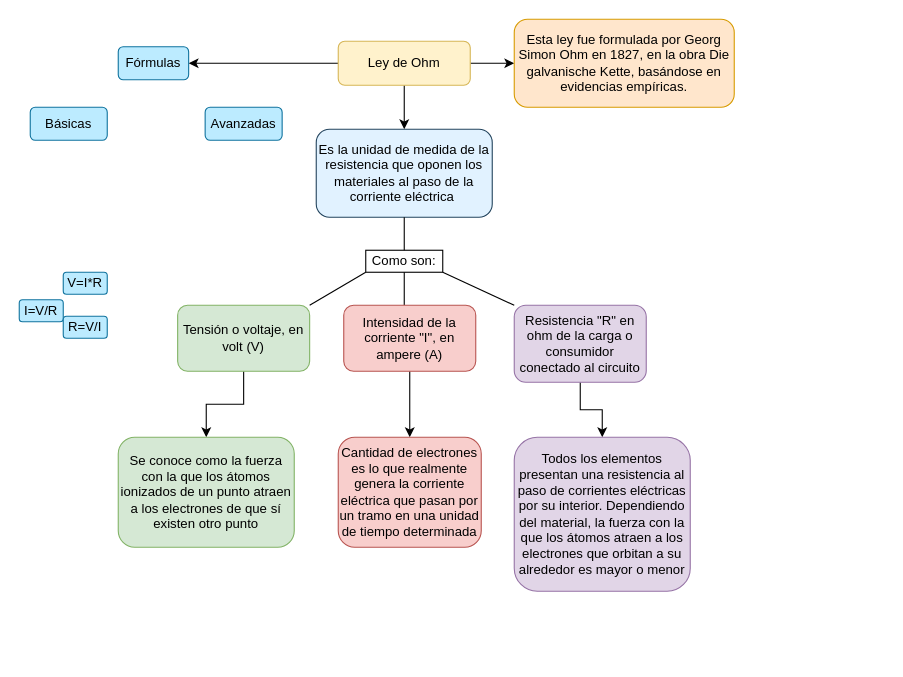
Above: design_files/leydeohm.drawio in marsex/workbench (draw.io), before the change. Source tidied: cells renumbered, new cells numbered last; positions are measured from the earlier drawing's top-left corner, leaving out a move shared by most shapes. Both pictures are drawn from the tidied source at 110%, with x=0, y=0 at pixel (19, 19).
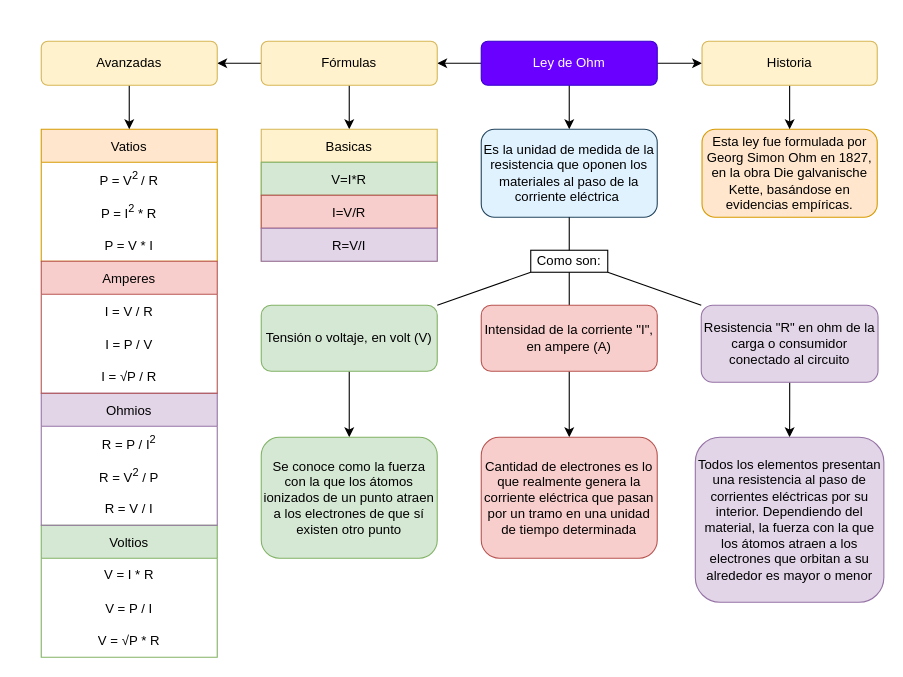
The same diagram, later.

What changed in the source:
```diff
@@
-    <mxCell id="2" style="edgeStyle=orthogonalEdgeStyle;rounded=0;jettySize=auto;html=1;" parent="1" edge="1" source="5">
-      <mxGeometry relative="1" as="geometry">
-        <mxPoint x="450" y="40" as="targetPoint" />
-      </mxGeometry>
-    </mxCell>
@@
+    <mxCell id="28" style="edgeStyle=orthogonalEdgeStyle;rounded=0;jettySize=auto;html=1;" parent="1" edge="1" source="5" target="37">
+      <mxGeometry relative="1" as="geometry" />
+    </mxCell>
-    <mxCell id="5" value="Ley de Ohm" style="rounded=1;whiteSpace=wrap;html=1;fillColor=#fff2cc;strokeColor=#d6b656;" parent="1" vertex="1">
-      <mxGeometry x="290" y="20" width="120" height="40" as="geometry" />
+    <mxCell id="5" value="Ley de Ohm" style="rounded=1;whiteSpace=wrap;html=1;fillColor=#6a00ff;strokeColor=#3700CC;fontColor=#ffffff;" parent="1" vertex="1">
+      <mxGeometry x="420" y="20" width="160" height="40" as="geometry" />
     </mxCell>
     <mxCell id="6" value="Esta ley fue formulada por Georg Simon Ohm en 1827, en la obra Die galvanische Kette, basándose en evidencias empíricas." style="rounded=1;whiteSpace=wrap;html=1;fillColor=#ffe6cc;strokeColor=#d79b00;" parent="1" vertex="1">
-      <mxGeometry x="450" width="200" height="80" as="geometry" />
+      <mxGeometry x="620.7" y="100" width="159.3" height="80" as="geometry" />
     </mxCell>
     <mxCell id="7" value="Es la unidad de medida de la resistencia que oponen los materiales al paso de la corriente eléctrica&amp;nbsp;" style="whiteSpace=wrap;html=1;rounded=1;fillColor=#E1F2FF;strokeColor=#23445d;" parent="1" vertex="1">
-      <mxGeometry x="270" y="100" width="160" height="80" as="geometry" />
+      <mxGeometry x="420" y="100" width="160" height="80" as="geometry" />
     </mxCell>
     <mxCell id="8" value="Como son:" style="rounded=0;whiteSpace=wrap;html=1;" parent="1" vertex="1">
-      <mxGeometry x="315" y="210" width="70" height="20" as="geometry" />
+      <mxGeometry x="465" y="210" width="70" height="20" as="geometry" />
     </mxCell>
     <mxCell id="9" style="endArrow=none;html=1;rounded=0;entryX=0.5;entryY=1;entryDx=0;entryDy=0;" parent="1" edge="1" target="7">
       <mxGeometry relative="1" as="geometry">
-        <mxPoint x="350" y="210" as="sourcePoint" />
+        <mxPoint x="500" y="210" as="sourcePoint" />
       </mxGeometry>
     </mxCell>
     <mxCell id="10" style="endArrow=none;html=1;rounded=0;entryX=0.5;entryY=1;entryDx=0;entryDy=0;" parent="1" edge="1" target="8">
       <mxGeometry relative="1" as="geometry">
-        <mxPoint x="350" y="260" as="sourcePoint" />
+        <mxPoint x="500" y="260" as="sourcePoint" />
       </mxGeometry>
     </mxCell>
@@
     <mxCell id="12" value="Intensidad de la corriente &quot;I&quot;, en ampere (A)" style="rounded=1;whiteSpace=wrap;html=1;fillColor=#f8cecc;strokeColor=#b85450;" parent="1" vertex="1">
-      <mxGeometry x="295" y="260" width="120" height="60" as="geometry" />
+      <mxGeometry x="420" y="260" width="160" height="60" as="geometry" />
     </mxCell>
@@
-    <mxCell id="14" value="Resistencia &quot;R&quot; en ohm de la carga o consumidor conectado al circuito" style="rounded=1;whiteSpace=wrap;html=1;fillColor=#e1d5e7;strokeColor=#9673a6;" parent="1" vertex="1">
-      <mxGeometry x="450" y="260" width="120" height="70" as="geometry" />
+    <mxCell id="14" value="Resistencia &quot;R&quot; en ohm de la carga o consumidor conectado al circuito" style="rounded=1;html=1;fillColor=#e1d5e7;strokeColor=#9673a6;whiteSpace=wrap;" parent="1" vertex="1">
+      <mxGeometry x="620" y="260" width="160.7" height="70" as="geometry" />
     </mxCell>
@@
     <mxCell id="16" value="Tensión o voltaje, en volt (V)" style="rounded=1;whiteSpace=wrap;html=1;fillColor=#d5e8d4;strokeColor=#82b366;" parent="1" vertex="1">
-      <mxGeometry x="144" y="260" width="120" height="60" as="geometry" />
+      <mxGeometry x="220" y="260" width="160" height="60" as="geometry" />
     </mxCell>
     <mxCell id="17" style="endArrow=none;html=1;rounded=0;exitX=1;exitY=0;exitDx=0;exitDy=0;" parent="1" edge="1" source="16">
       <mxGeometry relative="1" as="geometry">
-        <mxPoint x="315" y="230" as="targetPoint" />
+        <mxPoint x="465" y="230" as="targetPoint" />
       </mxGeometry>
     </mxCell>
     <mxCell id="18" style="endArrow=none;html=1;rounded=0;exitX=0;exitY=0;exitDx=0;exitDy=0;" parent="1" edge="1" source="14">
       <mxGeometry relative="1" as="geometry">
-        <mxPoint x="385" y="230" as="targetPoint" />
+        <mxPoint x="535" y="230" as="targetPoint" />
       </mxGeometry>
     </mxCell>
     <mxCell id="19" value="Se conoce como la fuerza con la que los átomos ionizados de un punto atraen a los electrones de que sí existen otro punto" style="whiteSpace=wrap;html=1;rounded=1;fillColor=#d5e8d4;strokeColor=#82b366;" parent="1" vertex="1">
-      <mxGeometry x="90" y="380" width="160" height="100" as="geometry" />
+      <mxGeometry x="220" y="380" width="160" height="110" as="geometry" />
     </mxCell>
     <mxCell id="20" value="Cantidad de electrones es lo que realmente genera la corriente eléctrica que pasan por un tramo en una unidad de tiempo determinada" style="whiteSpace=wrap;html=1;rounded=1;fillColor=#f8cecc;strokeColor=#b85450;" parent="1" vertex="1">
-      <mxGeometry x="290" y="380" width="130" height="100" as="geometry" />
+      <mxGeometry x="420" y="380" width="160" height="110" as="geometry" />
     </mxCell>
     <mxCell id="21" value="Todos los elementos presentan una resistencia al paso de corrientes eléctricas por su interior. Dependiendo del material, la fuerza con la que los átomos atraen a los electrones que orbitan a su alrededor es mayor o menor" style="whiteSpace=wrap;html=1;rounded=1;fillColor=#e1d5e7;strokeColor=#9673a6;" parent="1" vertex="1">
-      <mxGeometry x="450" y="380" width="160" height="140" as="geometry" />
+      <mxGeometry x="614.6" y="380" width="171.4" height="150" as="geometry" />
     </mxCell>
+    <mxCell id="29" style="edgeStyle=orthogonalEdgeStyle;rounded=0;jettySize=auto;html=1;" parent="1" edge="1" source="22" target="31">
+      <mxGeometry relative="1" as="geometry" />
+    </mxCell>
+    <mxCell id="30" style="edgeStyle=orthogonalEdgeStyle;rounded=0;jettySize=auto;html=1;" parent="1" edge="1" source="22" target="27">
+      <mxGeometry relative="1" as="geometry" />
+    </mxCell>
-    <mxCell id="22" value="Fórmulas" style="whiteSpace=wrap;html=1;rounded=1;fillColor=#BCEBFF;strokeColor=#10739e;" parent="1" vertex="1">
-      <mxGeometry x="90" y="25" width="64" height="30" as="geometry" />
+    <mxCell id="22" value="Fórmulas" style="rounded=1;whiteSpace=wrap;html=1;fillColor=#fff2cc;strokeColor=#d6b656;" parent="1" vertex="1">
+      <mxGeometry x="220" y="20" width="160" height="40" as="geometry" />
     </mxCell>
+    <mxCell id="31" value="Basicas" style="swimlane;fontStyle=0;horizontal=1;startSize=30;fillColor=#fff2cc;strokeColor=#d6b656;" parent="1" vertex="1">
+      <mxGeometry x="220" y="100" width="160" height="120" as="geometry" />
+    </mxCell>
-    <mxCell id="23" value="V=I*R" style="rounded=1;whiteSpace=wrap;html=1;fillColor=#BCEBFF;strokeColor=#10739e;" parent="1" vertex="1">
-      <mxGeometry x="40" y="230" width="40" height="20" as="geometry" />
+    <mxCell id="23" value="V=I*R" style="text;strokeColor=#82b366;fillColor=#d5e8d4;align=center;verticalAlign=middle;spacingLeft=4;spacingRight=4;overflow=hidden;" parent="31" vertex="1">
+      <mxGeometry y="30" width="160" height="30" as="geometry" />
     </mxCell>
-    <mxCell id="24" value="I=V/R" style="rounded=1;whiteSpace=wrap;html=1;fillColor=#BCEBFF;strokeColor=#10739e;" parent="1" vertex="1">
-      <mxGeometry y="255" width="40" height="20" as="geometry" />
+    <mxCell id="24" value="I=V/R" style="text;strokeColor=#b85450;fillColor=#f8cecc;align=center;verticalAlign=middle;spacingLeft=4;spacingRight=4;overflow=hidden;" parent="31" vertex="1">
+      <mxGeometry y="60" width="160" height="30" as="geometry" />
     </mxCell>
-    <mxCell id="25" value="R=V/I" style="rounded=1;whiteSpace=wrap;html=1;fillColor=#BCEBFF;strokeColor=#10739e;" parent="1" vertex="1">
-      <mxGeometry x="40" y="270" width="40" height="20" as="geometry" />
+    <mxCell id="25" value="R=V/I" style="text;strokeColor=#9673a6;fillColor=#e1d5e7;align=center;verticalAlign=middle;spacingLeft=4;spacingRight=4;overflow=hidden;" parent="31" vertex="1">
+      <mxGeometry y="90" width="160" height="30" as="geometry" />
     </mxCell>
-    <mxCell id="26" value="Básicas" style="whiteSpace=wrap;html=1;rounded=1;strokeColor=#10739e;fillColor=#BCEBFF;" parent="1" vertex="1">
-      <mxGeometry x="10" y="80" width="70" height="30" as="geometry" />
-    </mxCell>
+    <mxCell id="32" value="Voltios" style="swimlane;fontStyle=0;horizontal=1;startSize=30;fillColor=#d5e8d4;strokeColor=#82b366;" parent="1" vertex="1">
+      <mxGeometry x="20" y="460" width="160" height="120" as="geometry" />
+    </mxCell>
+    <mxCell id="33" value="V&amp;nbsp;= I * R" style="text;strokeColor=none;fillColor=none;align=center;verticalAlign=middle;spacingLeft=4;spacingRight=4;overflow=hidden;html=1;" parent="32" vertex="1">
+      <mxGeometry y="30" width="160" height="30" as="geometry" />
+    </mxCell>
+    <mxCell id="34" value="V = P / I" style="text;strokeColor=none;fillColor=none;align=center;verticalAlign=middle;spacingLeft=4;spacingRight=4;overflow=hidden;" parent="32" vertex="1">
+      <mxGeometry y="60" width="160" height="30" as="geometry" />
+    </mxCell>
+    <mxCell id="35" value="V&amp;nbsp;= √P * R" style="text;strokeColor=none;fillColor=none;align=center;verticalAlign=middle;spacingLeft=4;spacingRight=4;overflow=hidden;html=1;" parent="32" vertex="1">
+      <mxGeometry y="90" width="160" height="30" as="geometry" />
+    </mxCell>
+    <mxCell id="36" style="edgeStyle=orthogonalEdgeStyle;rounded=0;jettySize=auto;html=1;" parent="1" edge="1" source="37" target="6">
+      <mxGeometry relative="1" as="geometry" />
+    </mxCell>
+    <mxCell id="37" value="Historia" style="rounded=1;whiteSpace=wrap;html=1;fillColor=#fff2cc;strokeColor=#d6b656;" parent="1" vertex="1">
+      <mxGeometry x="620.7" y="20" width="159.3" height="40" as="geometry" />
+    </mxCell>
+    <mxCell id="38" value="Ohmios" style="swimlane;fontStyle=0;horizontal=1;startSize=30;fillColor=#e1d5e7;strokeColor=#9673a6;" parent="1" vertex="1">
+      <mxGeometry x="20" y="340" width="160" height="120" as="geometry" />
+    </mxCell>
+    <mxCell id="39" value="R = P / I&lt;sup&gt;2&lt;/sup&gt;" style="text;strokeColor=none;fillColor=none;align=center;verticalAlign=middle;spacingLeft=4;spacingRight=4;overflow=hidden;html=1;labelBorderColor=none;" parent="38" vertex="1">
+      <mxGeometry y="30" width="160" height="30" as="geometry" />
+    </mxCell>
+    <mxCell id="40" value="R = V&lt;sup&gt;2&lt;/sup&gt; / P" style="text;strokeColor=none;fillColor=none;align=center;verticalAlign=middle;spacingLeft=4;spacingRight=4;overflow=hidden;html=1;" parent="38" vertex="1">
+      <mxGeometry y="60" width="160" height="30" as="geometry" />
+    </mxCell>
+    <mxCell id="41" value="R&amp;nbsp;= V / I" style="text;strokeColor=none;fillColor=none;align=center;verticalAlign=middle;spacingLeft=4;spacingRight=4;overflow=hidden;html=1;" parent="38" vertex="1">
+      <mxGeometry y="90" width="160" height="30" as="geometry" />
+    </mxCell>
+    <mxCell id="42" value="Vatios" style="swimlane;fontStyle=0;horizontal=1;startSize=30;fillColor=#ffe6cc;strokeColor=#d79b00;" parent="1" vertex="1">
+      <mxGeometry x="20" y="100" width="160" height="120" as="geometry" />
+    </mxCell>
+    <mxCell id="43" value="P = V&lt;sup&gt;2&amp;nbsp;&lt;/sup&gt;/ R" style="text;strokeColor=none;fillColor=none;align=center;verticalAlign=middle;spacingLeft=4;spacingRight=4;overflow=hidden;labelBorderColor=none;html=1;" parent="42" vertex="1">
+      <mxGeometry y="30" width="160" height="30" as="geometry" />
+    </mxCell>
+    <mxCell id="44" value="P = I&lt;sup&gt;2&lt;/sup&gt; *&amp;nbsp;R" style="text;strokeColor=none;fillColor=none;align=center;verticalAlign=middle;spacingLeft=4;spacingRight=4;overflow=hidden;html=1;" parent="42" vertex="1">
+      <mxGeometry y="60" width="160" height="30" as="geometry" />
+    </mxCell>
+    <mxCell id="45" value="P = V * I" style="text;strokeColor=none;fillColor=none;align=center;verticalAlign=middle;spacingLeft=4;spacingRight=4;overflow=hidden;" parent="42" vertex="1">
+      <mxGeometry y="90" width="160" height="30" as="geometry" />
+    </mxCell>
+    <mxCell id="46" value="Amperes" style="swimlane;fontStyle=0;horizontal=1;startSize=30;fillColor=#f8cecc;strokeColor=#b85450;" parent="1" vertex="1">
+      <mxGeometry x="20" y="220" width="160" height="120" as="geometry" />
+    </mxCell>
+    <mxCell id="47" value="I = V / R" style="text;strokeColor=none;fillColor=none;align=center;verticalAlign=middle;spacingLeft=4;spacingRight=4;overflow=hidden;" parent="46" vertex="1">
+      <mxGeometry y="30" width="160" height="30" as="geometry" />
+    </mxCell>
+    <mxCell id="48" value="I = P / V" style="text;strokeColor=none;fillColor=none;align=center;verticalAlign=middle;spacingLeft=4;spacingRight=4;overflow=hidden;" parent="46" vertex="1">
+      <mxGeometry y="60" width="160" height="30" as="geometry" />
+    </mxCell>
+    <mxCell id="49" value="I = √P / R" style="text;strokeColor=none;fillColor=none;align=center;verticalAlign=middle;spacingLeft=4;spacingRight=4;overflow=hidden;html=1;" parent="46" vertex="1">
+      <mxGeometry y="90" width="160" height="30" as="geometry" />
+    </mxCell>
+    <mxCell id="50" style="edgeStyle=orthogonalEdgeStyle;rounded=0;jettySize=auto;html=1;entryX=0.5;entryY=0;entryDx=0;entryDy=0;" parent="1" edge="1" source="27" target="42">
+      <mxGeometry relative="1" as="geometry" />
+    </mxCell>
-    <mxCell id="27" value="Avanzadas" style="rounded=1;whiteSpace=wrap;html=1;fillColor=#BCEBFF;gradientColor=none;strokeColor=#10739E;" parent="1" vertex="1">
-      <mxGeometry x="169" y="80" width="70" height="30" as="geometry" />
+    <mxCell id="27" value="Avanzadas" style="rounded=1;whiteSpace=wrap;html=1;fillColor=#fff2cc;strokeColor=#d6b656;" parent="1" vertex="1">
+      <mxGeometry x="20" y="20" width="160" height="40" as="geometry" />
     </mxCell>
```
